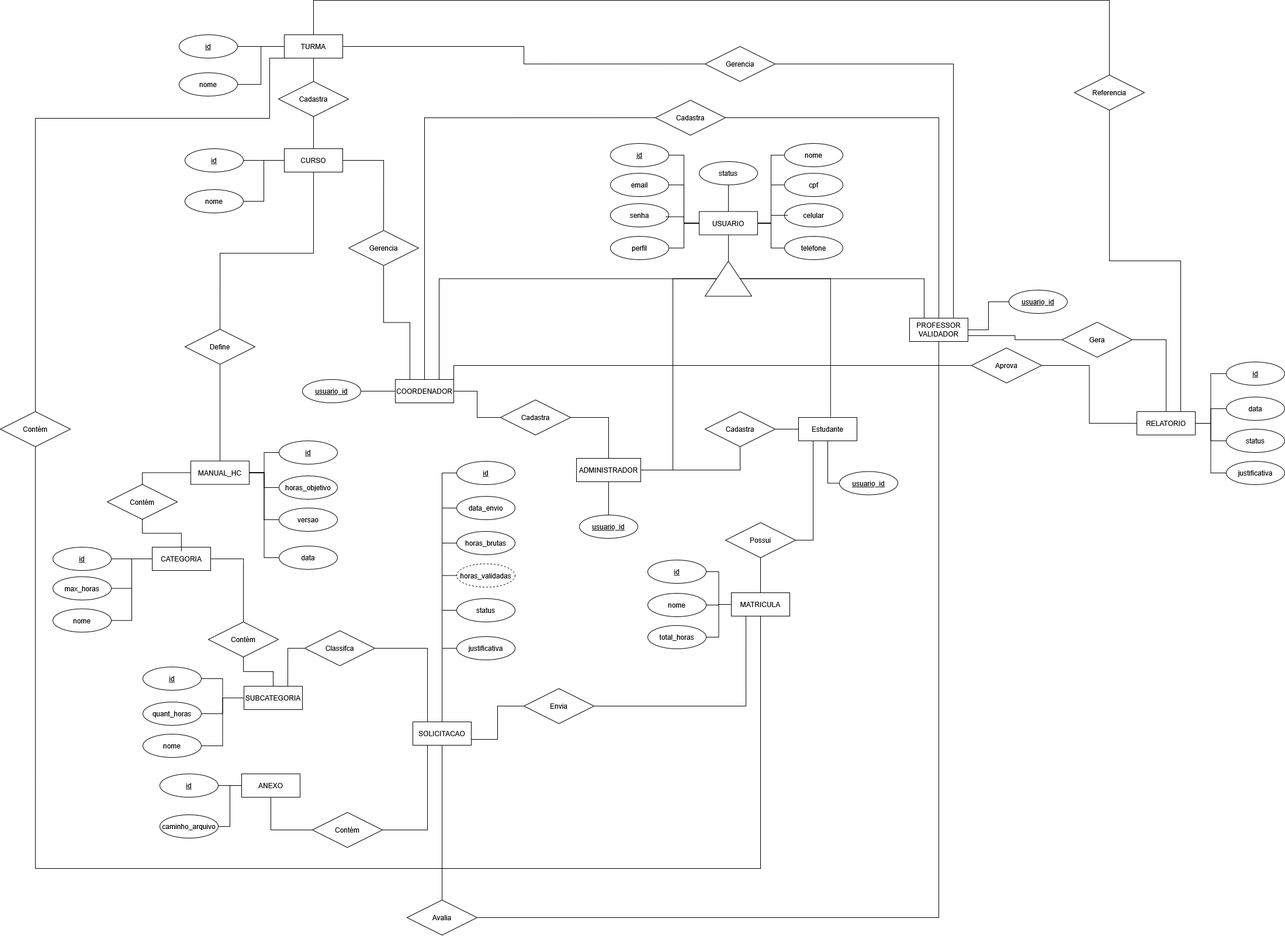
This is artefatos/Arquitetura de Banco de Dados/AshConceitual.drawio.png from chaoticdevs-pucpr/AcademicSupplementaryHours.project, a draw.io export, as it was before one commit. Source tidied: cells renumbered, new cells last; positions are measured from the earlier drawing's top-left corner, leaving out a move shared by most shapes.
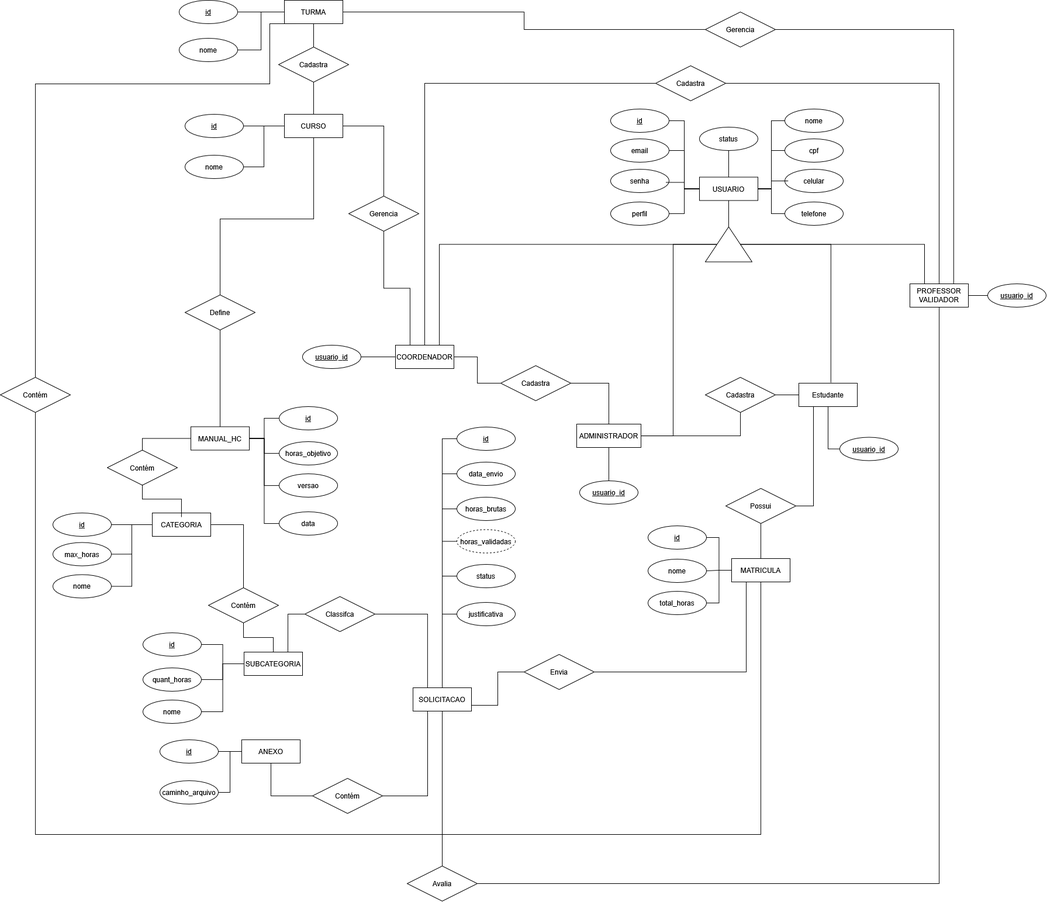
After the commit.

Diff of the diagram source:
```diff
@@ -89,7 +89,7 @@
       <mxGeometry x="1436" y="806.5" width="100" height="40" as="geometry" />
     </mxCell>
     <mxCell id="28" value="usuario_id" style="ellipse;whiteSpace=wrap;html=1;align=center;fontStyle=4;" parent="1" vertex="1">
-      <mxGeometry x="1726" y="496" width="100" height="40" as="geometry" />
+      <mxGeometry x="1689" y="544" width="100" height="40" as="geometry" />
     </mxCell>
     <mxCell id="29" style="edgeStyle=orthogonalEdgeStyle;rounded=0;jettySize=auto;html=1;entryX=0.5;entryY=1;entryDx=0;entryDy=0;endArrow=none;endFill=0;" parent="1" edge="1" source="33" target="9">
       <mxGeometry relative="1" as="geometry" />
@@ -124,30 +124,6 @@
     <mxCell id="39" value="id" style="ellipse;whiteSpace=wrap;html=1;align=center;fontStyle=4;" parent="1" vertex="1">
       <mxGeometry x="1108" y="958" width="100" height="40" as="geometry" />
     </mxCell>
-    <mxCell id="40" style="edgeStyle=orthogonalEdgeStyle;rounded=0;jettySize=auto;html=1;entryX=0;entryY=0.5;entryDx=0;entryDy=0;endArrow=none;endFill=0;" parent="1" edge="1" source="44" target="45">
-      <mxGeometry relative="1" as="geometry" />
-    </mxCell>
-    <mxCell id="41" style="edgeStyle=orthogonalEdgeStyle;rounded=0;jettySize=auto;html=1;entryX=0;entryY=0.5;entryDx=0;entryDy=0;endArrow=none;endFill=0;" parent="1" edge="1" source="44" target="46">
-      <mxGeometry relative="1" as="geometry" />
-    </mxCell>
-    <mxCell id="42" style="edgeStyle=orthogonalEdgeStyle;rounded=0;jettySize=auto;html=1;entryX=0;entryY=0.5;entryDx=0;entryDy=0;endArrow=none;endFill=0;" parent="1" edge="1" source="44" target="47">
-      <mxGeometry relative="1" as="geometry" />
-    </mxCell>
-    <mxCell id="43" style="edgeStyle=orthogonalEdgeStyle;rounded=0;jettySize=auto;html=1;entryX=0;entryY=0.5;entryDx=0;entryDy=0;endArrow=none;endFill=0;" parent="1" edge="1" source="44" target="160">
-      <mxGeometry relative="1" as="geometry" />
-    </mxCell>
-    <mxCell id="44" value="RELATORIO" style="whiteSpace=wrap;html=1;align=center;" parent="1" vertex="1">
-      <mxGeometry x="1945" y="704" width="100" height="40" as="geometry" />
-    </mxCell>
-    <mxCell id="45" value="&lt;div&gt;id&lt;/div&gt;" style="ellipse;whiteSpace=wrap;html=1;align=center;fontStyle=4;" parent="1" vertex="1">
-      <mxGeometry x="2098" y="619" width="100" height="40" as="geometry" />
-    </mxCell>
-    <mxCell id="46" value="data" style="ellipse;whiteSpace=wrap;html=1;align=center;" parent="1" vertex="1">
-      <mxGeometry x="2098" y="679" width="100" height="40" as="geometry" />
-    </mxCell>
-    <mxCell id="47" value="status" style="ellipse;whiteSpace=wrap;html=1;align=center;" parent="1" vertex="1">
-      <mxGeometry x="2098" y="734" width="100" height="40" as="geometry" />
-    </mxCell>
     <mxCell id="48" style="edgeStyle=orthogonalEdgeStyle;rounded=0;jettySize=auto;html=1;entryX=1;entryY=0.5;entryDx=0;entryDy=0;endArrow=none;endFill=0;" parent="1" edge="1" source="52" target="53">
       <mxGeometry relative="1" as="geometry" />
     </mxCell>
@@ -157,14 +133,6 @@
     <mxCell id="50" style="edgeStyle=orthogonalEdgeStyle;rounded=0;jettySize=auto;html=1;entryX=0;entryY=0.5;entryDx=0;entryDy=0;endArrow=none;endFill=0;" parent="1" edge="1" source="52" target="118">
       <mxGeometry relative="1" as="geometry" />
     </mxCell>
-    <mxCell id="51" style="edgeStyle=orthogonalEdgeStyle;rounded=0;jettySize=auto;html=1;entryX=0.5;entryY=0;entryDx=0;entryDy=0;endArrow=none;endFill=0;" parent="1" edge="1" source="52" target="147">
-      <mxGeometry relative="1" as="geometry">
-        <Array as="points">
-          <mxPoint x="536" />
-          <mxPoint x="1898" />
-        </Array>
-      </mxGeometry>
-    </mxCell>
     <mxCell id="52" value="TURMA" style="whiteSpace=wrap;html=1;align=center;" parent="1" vertex="1">
       <mxGeometry x="486" y="59" width="100" height="40" as="geometry" />
     </mxCell>
@@ -454,30 +422,6 @@
     <mxCell id="142" value="&lt;div&gt;Avalia&lt;/div&gt;" style="shape=rhombus;perimeter=rhombusPerimeter;whiteSpace=wrap;html=1;align=center;" parent="1" vertex="1">
       <mxGeometry x="696" y="1540" width="120" height="60" as="geometry" />
     </mxCell>
-    <mxCell id="143" style="edgeStyle=orthogonalEdgeStyle;rounded=0;jettySize=auto;html=1;entryX=0.5;entryY=0;entryDx=0;entryDy=0;endArrow=none;endFill=0;" parent="1" edge="1" source="145" target="44">
-      <mxGeometry relative="1" as="geometry" />
-    </mxCell>
-    <mxCell id="144" style="edgeStyle=orthogonalEdgeStyle;rounded=0;jettySize=auto;html=1;entryX=1;entryY=0.75;entryDx=0;entryDy=0;endArrow=none;endFill=0;" parent="1" edge="1" source="145" target="17">
-      <mxGeometry relative="1" as="geometry" />
-    </mxCell>
-    <mxCell id="145" value="&lt;div&gt;Gera&lt;/div&gt;" style="shape=rhombus;perimeter=rhombusPerimeter;whiteSpace=wrap;html=1;align=center;" parent="1" vertex="1">
-      <mxGeometry x="1817" y="551" width="120" height="60" as="geometry" />
-    </mxCell>
-    <mxCell id="146" style="edgeStyle=orthogonalEdgeStyle;rounded=0;jettySize=auto;html=1;entryX=0.75;entryY=0;entryDx=0;entryDy=0;endArrow=none;endFill=0;" parent="1" edge="1" source="147" target="44">
-      <mxGeometry relative="1" as="geometry" />
-    </mxCell>
-    <mxCell id="147" value="Referencia" style="shape=rhombus;perimeter=rhombusPerimeter;whiteSpace=wrap;html=1;align=center;" parent="1" vertex="1">
-      <mxGeometry x="1838" y="128" width="120" height="60" as="geometry" />
-    </mxCell>
-    <mxCell id="148" style="edgeStyle=orthogonalEdgeStyle;rounded=0;jettySize=auto;html=1;entryX=0;entryY=0.5;entryDx=0;entryDy=0;endArrow=none;endFill=0;" parent="1" edge="1" source="150" target="44">
-      <mxGeometry relative="1" as="geometry" />
-    </mxCell>
-    <mxCell id="149" style="edgeStyle=orthogonalEdgeStyle;rounded=0;jettySize=auto;html=1;entryX=1;entryY=0;entryDx=0;entryDy=0;endArrow=none;endFill=0;" parent="1" edge="1" source="150" target="20">
-      <mxGeometry relative="1" as="geometry" />
-    </mxCell>
-    <mxCell id="150" value="&lt;div&gt;Aprova&lt;/div&gt;" style="shape=rhombus;perimeter=rhombusPerimeter;whiteSpace=wrap;html=1;align=center;" parent="1" vertex="1">
-      <mxGeometry x="1662" y="595" width="120" height="60" as="geometry" />
-    </mxCell>
     <mxCell id="151" value="nome" style="ellipse;whiteSpace=wrap;html=1;align=center;" parent="1" vertex="1">
       <mxGeometry x="1342" y="245" width="100" height="40" as="geometry" />
     </mxCell>
@@ -505,8 +449,5 @@
     <mxCell id="159" value="total_horas" style="ellipse;whiteSpace=wrap;html=1;align=center;" parent="1" vertex="1">
       <mxGeometry x="1108" y="1070" width="100" height="40" as="geometry" />
     </mxCell>
-    <mxCell id="160" value="justificativa" style="ellipse;whiteSpace=wrap;html=1;align=center;" parent="1" vertex="1">
-      <mxGeometry x="2098" y="789" width="100" height="40" as="geometry" />
-    </mxCell>
   </root>
 </mxGraphModel>
```
